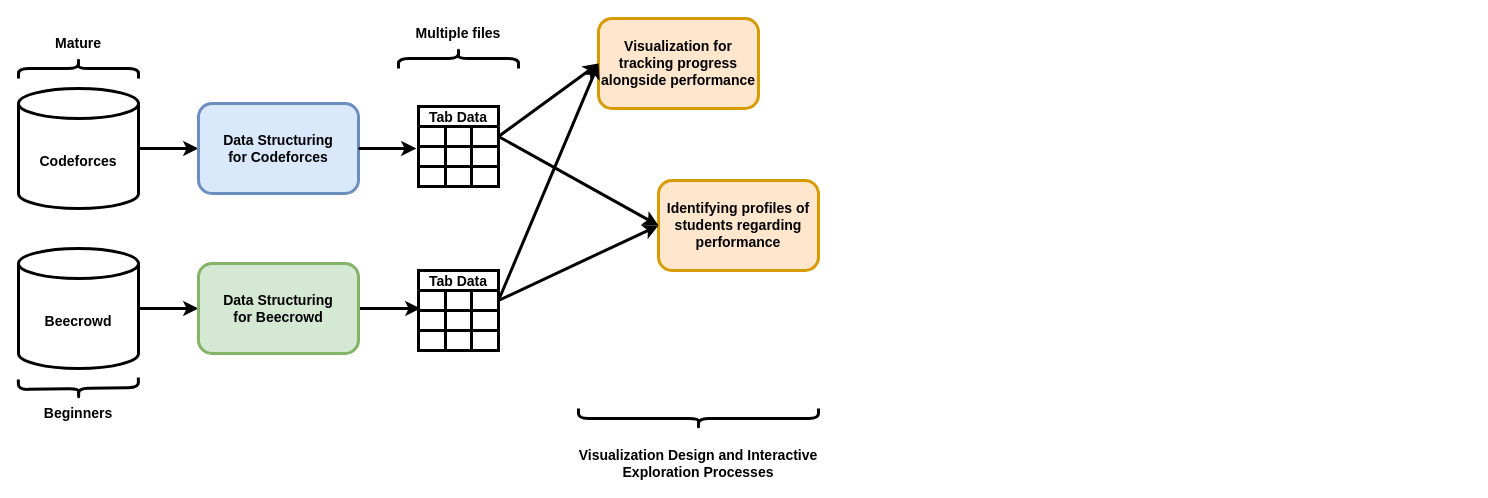
The draw.io diagram ojvis.drawio in viniciusrpb/drawio_flowcharts, before the edit. Source tidied: cells renumbered, new cells numbered last; positions are measured from the earlier drawing's top-left corner, leaving out a move shared by most shapes. Both pictures are drawn from the tidied source at 100%, with x=0, y=0 at pixel (18, -2).
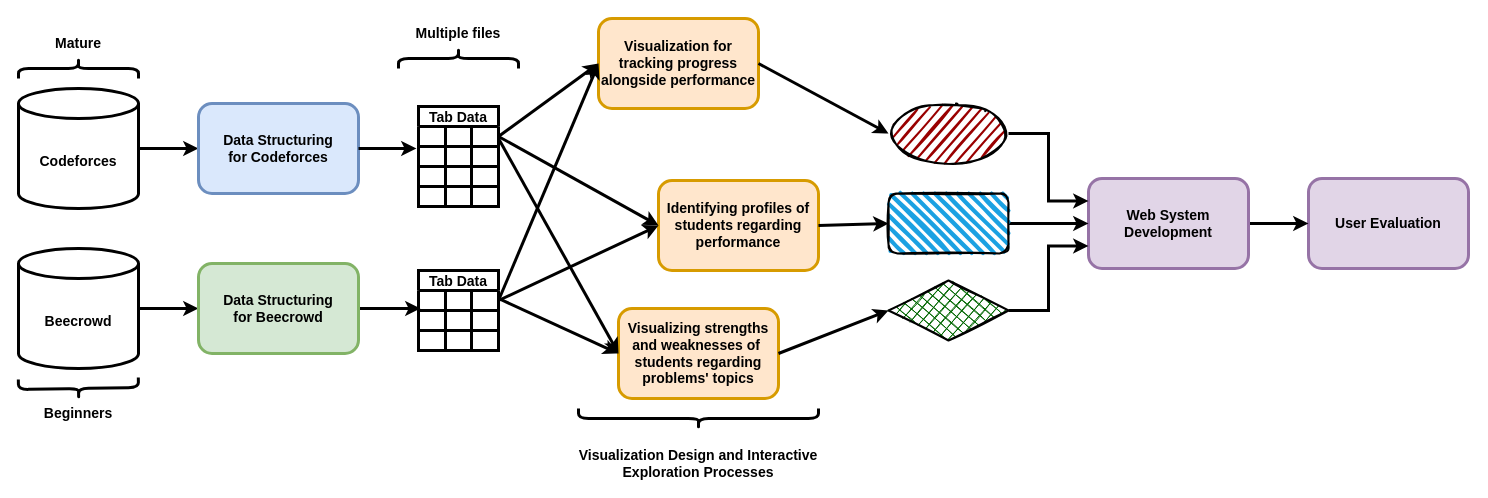
After the change.

The change refers to these unchanged cells:
```xml
<mxCell id="36" value="Visualization for tracking progress alongside performance" style="rounded=1;whiteSpace=wrap;html=1;strokeWidth=3;fontStyle=1;fontSize=14;fillColor=#ffe6cc;strokeColor=#d79b00;" parent="1" vertex="1">
  <mxGeometry x="580" y="20" width="160" height="90" as="geometry" />
</mxCell>
<mxCell id="39" value="Identifying profiles of students regarding performance" style="rounded=1;whiteSpace=wrap;html=1;strokeWidth=3;fontStyle=1;fontSize=14;fillColor=#ffe6cc;strokeColor=#d79b00;" parent="1" vertex="1">
  <mxGeometry x="640" y="182" width="160" height="90" as="geometry" />
</mxCell>
```

Change to the diagram source:
```diff
@@
     <mxCell id="8" value="Tab Data" style="shape=table;startSize=20;childLayout=tableLayout;strokeColor=default;fontSize=14;strokeWidth=3;fontStyle=1;" parent="1" vertex="1">
-      <mxGeometry x="400" y="108" width="80" height="80" as="geometry" />
+      <mxGeometry x="400" y="108" width="80" height="100" as="geometry" />
     </mxCell>
@@
+    <mxCell id="50" style="shape=tableRow;horizontal=0;startSize=0;swimlaneHead=0;swimlaneBody=0;strokeColor=inherit;top=0;left=0;bottom=0;right=0;fillColor=none;fontSize=14;strokeWidth=3;fontStyle=1;" parent="8" vertex="1">
+      <mxGeometry y="60" width="80" height="20" as="geometry" />
+    </mxCell>
+    <mxCell id="51" style="shape=partialRectangle;html=1;whiteSpace=wrap;strokeColor=inherit;overflow=hidden;fillColor=none;top=0;left=0;bottom=0;right=0;fontSize=14;strokeWidth=3;fontStyle=1;" parent="50" vertex="1">
+      <mxGeometry width="27" height="20" as="geometry" />
+    </mxCell>
+    <mxCell id="52" style="shape=partialRectangle;html=1;whiteSpace=wrap;strokeColor=inherit;overflow=hidden;fillColor=none;top=0;left=0;bottom=0;right=0;fontSize=14;strokeWidth=3;fontStyle=1;" parent="50" vertex="1">
+      <mxGeometry x="27" width="26" height="20" as="geometry" />
+    </mxCell>
+    <mxCell id="53" style="shape=partialRectangle;html=1;whiteSpace=wrap;strokeColor=inherit;overflow=hidden;fillColor=none;top=0;left=0;bottom=0;right=0;fontSize=14;strokeWidth=3;fontStyle=1;" parent="50" vertex="1">
+      <mxGeometry x="53" width="27" height="20" as="geometry" />
+    </mxCell>
     <mxCell id="17" style="shape=tableRow;horizontal=0;startSize=0;swimlaneHead=0;swimlaneBody=0;strokeColor=inherit;top=0;left=0;bottom=0;right=0;fillColor=none;fontSize=14;strokeWidth=3;fontStyle=1;" parent="8" vertex="1">
-      <mxGeometry y="60" width="80" height="20" as="geometry" />
+      <mxGeometry y="80" width="80" height="20" as="geometry" />
     </mxCell>
@@
+    <mxCell id="54" value="Visualizing strengths and weaknesses of&amp;nbsp;&lt;div&gt;students regarding&lt;/div&gt;&lt;div&gt;problems' topics&lt;/div&gt;" style="rounded=1;whiteSpace=wrap;html=1;strokeWidth=3;fontStyle=1;fontSize=14;fillColor=#ffe6cc;strokeColor=#d79b00;" parent="1" vertex="1">
+      <mxGeometry x="600" y="310" width="160" height="90" as="geometry" />
+    </mxCell>
+    <mxCell id="55" style="endArrow=classic;html=1;rounded=0;entryX=0;entryY=0.5;entryDx=0;entryDy=0;strokeWidth=3;fontStyle=1;fontSize=14;" parent="1" edge="1" target="54">
+      <mxGeometry relative="1" as="geometry">
+        <mxPoint x="480" y="140" as="sourcePoint" />
+      </mxGeometry>
+    </mxCell>
+    <mxCell id="56" style="endArrow=classic;html=1;rounded=0;entryX=0;entryY=0.5;entryDx=0;entryDy=0;strokeWidth=3;fontStyle=1;fontSize=14;" parent="1" edge="1" target="54">
+      <mxGeometry relative="1" as="geometry">
+        <mxPoint x="480" y="300" as="sourcePoint" />
+      </mxGeometry>
+    </mxCell>
+    <mxCell id="57" value="User Evaluation" style="rounded=1;whiteSpace=wrap;html=1;strokeWidth=3;fontStyle=1;fontSize=14;fillColor=#e1d5e7;strokeColor=#9673a6;" parent="1" vertex="1">
+      <mxGeometry x="1290" y="180" width="160" height="90" as="geometry" />
+    </mxCell>
+    <mxCell id="58" style="edgeStyle=orthogonalEdgeStyle;rounded=0;jettySize=auto;html=1;exitX=1;exitY=0.5;exitDx=0;exitDy=0;entryX=0;entryY=0.5;entryDx=0;entryDy=0;strokeWidth=3;" parent="1" edge="1" source="59" target="57">
+      <mxGeometry relative="1" as="geometry" />
+    </mxCell>
+    <mxCell id="59" value="Web System Development" style="rounded=1;whiteSpace=wrap;html=1;strokeWidth=3;fontStyle=1;fontSize=14;fillColor=#e1d5e7;strokeColor=#9673a6;" parent="1" vertex="1">
+      <mxGeometry x="1070" y="180" width="160" height="90" as="geometry" />
+    </mxCell>
+    <mxCell id="60" style="endArrow=classic;html=1;rounded=0;exitX=1;exitY=0.5;exitDx=0;exitDy=0;entryX=0;entryY=0.5;entryDx=0;entryDy=0;strokeWidth=3;fontStyle=1;fontSize=14;" parent="1" edge="1" source="36" target="64">
+      <mxGeometry relative="1" as="geometry" />
+    </mxCell>
+    <mxCell id="61" style="endArrow=classic;html=1;rounded=0;exitX=1;exitY=0.5;exitDx=0;exitDy=0;entryX=0;entryY=0.5;entryDx=0;entryDy=0;strokeWidth=3;fontStyle=1;fontSize=14;" parent="1" edge="1" source="39" target="66">
+      <mxGeometry relative="1" as="geometry" />
+    </mxCell>
+    <mxCell id="62" style="endArrow=classic;html=1;rounded=0;exitX=1;exitY=0.5;exitDx=0;exitDy=0;entryX=0;entryY=0.5;entryDx=0;entryDy=0;strokeWidth=3;fontStyle=1;fontSize=14;" parent="1" edge="1" source="54" target="68">
+      <mxGeometry relative="1" as="geometry" />
+    </mxCell>
+    <mxCell id="63" style="edgeStyle=orthogonalEdgeStyle;rounded=0;jettySize=auto;html=1;exitX=1;exitY=0.5;exitDx=0;exitDy=0;entryX=0;entryY=0.25;entryDx=0;entryDy=0;strokeWidth=3;" parent="1" edge="1" source="64" target="59">
+      <mxGeometry relative="1" as="geometry" />
+    </mxCell>
+    <mxCell id="64" style="ellipse;whiteSpace=wrap;html=1;strokeWidth=2;fillWeight=2;hachureGap=8;fillColor=#990000;fillStyle=dots;sketch=1;" parent="1" vertex="1">
+      <mxGeometry x="870" y="105" width="120" height="60" as="geometry" />
+    </mxCell>
+    <mxCell id="65" style="edgeStyle=orthogonalEdgeStyle;rounded=0;jettySize=auto;html=1;exitX=1;exitY=0.5;exitDx=0;exitDy=0;strokeWidth=3;" parent="1" edge="1" source="66" target="59">
+      <mxGeometry relative="1" as="geometry" />
+    </mxCell>
+    <mxCell id="66" style="rounded=1;whiteSpace=wrap;html=1;strokeWidth=2;fillWeight=4;hachureGap=8;hachureAngle=45;fillColor=#1ba1e2;sketch=1;" parent="1" vertex="1">
+      <mxGeometry x="870" y="195" width="120" height="60" as="geometry" />
+    </mxCell>
+    <mxCell id="67" style="edgeStyle=orthogonalEdgeStyle;rounded=0;jettySize=auto;html=1;entryX=0;entryY=0.75;entryDx=0;entryDy=0;strokeWidth=3;" parent="1" edge="1" source="68" target="59">
+      <mxGeometry relative="1" as="geometry" />
+    </mxCell>
+    <mxCell id="68" style="rhombus;whiteSpace=wrap;html=1;strokeWidth=2;fillWeight=-1;hachureGap=8;fillStyle=cross-hatch;fillColor=#006600;sketch=1;" parent="1" vertex="1">
+      <mxGeometry x="870" y="282" width="120" height="60" as="geometry" />
+    </mxCell>
```
